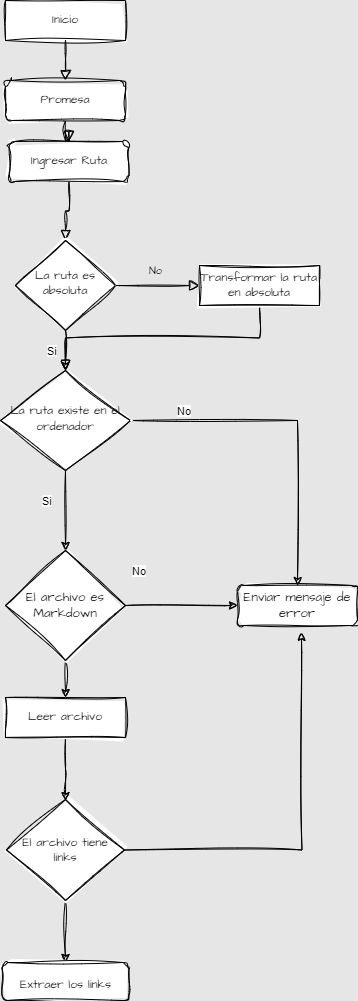
Before: docs/Diagrama de flujo.drawio.png, a diagram exported from draw.io (Yarenhi/DEV010-md-links). Source tidied: cells renumbered, new cells last; positions are measured from the earlier drawing's top-left corner, leaving out a move shared by most shapes.
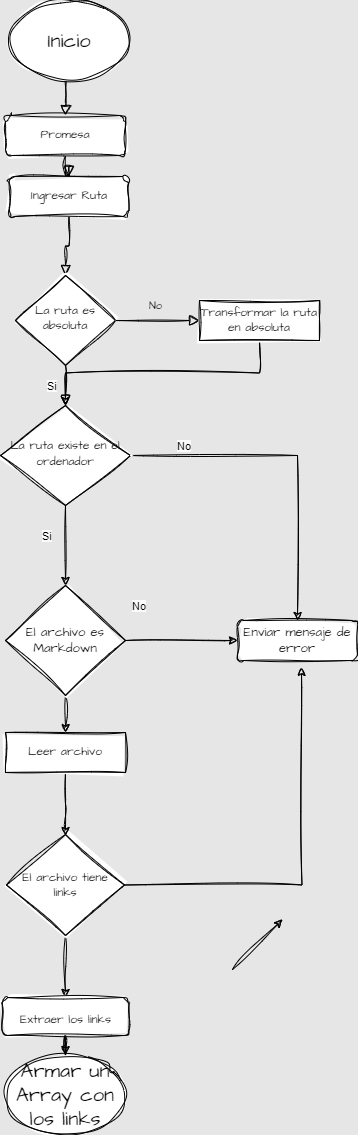
After the commit.

Diff of the diagram source:
```diff
@@ -5,9 +5,6 @@
     <mxCell id="2" style="rounded=0;html=1;jettySize=auto;fontSize=11;endArrow=block;endFill=0;endSize=8;strokeWidth=1;shadow=0;labelBackgroundColor=none;edgeStyle=orthogonalEdgeStyle;sketch=1;curveFitting=1;jiggle=2;fontColor=default;" parent="1" edge="1" source="17" target="6">
       <mxGeometry relative="1" as="geometry" />
     </mxCell>
-    <mxCell id="3" value="Inicio" style="rounded=0;whiteSpace=wrap;html=1;fontSize=12;glass=0;strokeWidth=1;shadow=0;sketch=1;curveFitting=1;jiggle=2;labelBackgroundColor=none;fontFamily=Architects Daughter;fontSource=https%3A%2F%2Ffonts.googleapis.com%2Fcss%3Ffamily%3DArchitects%2BDaughter;" parent="1" vertex="1">
-      <mxGeometry x="5" width="120" height="40" as="geometry" />
-    </mxCell>
     <mxCell id="4" style="rounded=0;html=1;jettySize=auto;fontSize=11;endArrow=block;endFill=0;endSize=8;strokeWidth=1;shadow=0;labelBackgroundColor=none;edgeStyle=orthogonalEdgeStyle;sketch=1;curveFitting=1;jiggle=2;fontColor=default;" parent="1" edge="1" source="6" target="9">
       <mxGeometry y="20" relative="1" as="geometry" />
     </mxCell>
@@ -40,8 +37,10 @@
     <mxCell id="13" value="Transformar la ruta en absoluta" style="rounded=0;whiteSpace=wrap;html=1;fontSize=12;glass=0;strokeWidth=1;shadow=0;sketch=1;curveFitting=1;jiggle=2;labelBackgroundColor=none;fontFamily=Architects Daughter;fontSource=https%3A%2F%2Ffonts.googleapis.com%2Fcss%3Ffamily%3DArchitects%2BDaughter;" parent="1" vertex="1">
       <mxGeometry x="199" y="265" width="120" height="40" as="geometry" />
     </mxCell>
-    <mxCell id="14" style="rounded=0;html=1;jettySize=auto;fontSize=11;endArrow=block;endFill=0;endSize=8;strokeWidth=1;shadow=0;labelBackgroundColor=none;edgeStyle=orthogonalEdgeStyle;sketch=1;curveFitting=1;jiggle=2;fontColor=default;" parent="1" edge="1" source="3" target="15">
-      <mxGeometry relative="1" as="geometry" />
+    <mxCell id="14" style="rounded=0;html=1;jettySize=auto;fontSize=11;endArrow=block;endFill=0;endSize=8;strokeWidth=1;shadow=0;labelBackgroundColor=none;edgeStyle=orthogonalEdgeStyle;sketch=1;curveFitting=1;jiggle=2;fontColor=default;" parent="1" edge="1" target="15">
+      <mxGeometry relative="1" as="geometry">
+        <mxPoint x="65" y="40" as="sourcePoint" />
+      </mxGeometry>
     </mxCell>
     <mxCell id="15" value="Promesa" style="rounded=1;whiteSpace=wrap;html=1;sketch=1;hachureGap=4;jiggle=2;curveFitting=1;fontFamily=Architects Daughter;fontSource=https%3A%2F%2Ffonts.googleapis.com%2Fcss%3Ffamily%3DArchitects%2BDaughter;fontSize=12;" parent="1" vertex="1">
       <mxGeometry x="5" y="80" width="120" height="40" as="geometry" />
@@ -92,8 +91,23 @@
     <mxCell id="29" value="El archivo tiene &lt;br&gt;links" style="rhombus;whiteSpace=wrap;html=1;sketch=1;hachureGap=4;jiggle=2;curveFitting=1;fontFamily=Architects Daughter;fontSource=https%3A%2F%2Ffonts.googleapis.com%2Fcss%3Ffamily%3DArchitects%2BDaughter;fontSize=12;labelPosition=center;verticalLabelPosition=middle;align=center;verticalAlign=middle;" parent="1" vertex="1">
       <mxGeometry x="6" y="799" width="118" height="101" as="geometry" />
     </mxCell>
+    <mxCell id="31" style="edgeStyle=orthogonalEdgeStyle;rounded=0;sketch=1;hachureGap=4;jiggle=2;curveFitting=1;jettySize=auto;html=1;exitX=0.5;exitY=1;exitDx=0;exitDy=0;fontFamily=Architects Daughter;fontSource=https%3A%2F%2Ffonts.googleapis.com%2Fcss%3Ffamily%3DArchitects%2BDaughter;fontSize=16;" parent="1" edge="1" source="30" target="33">
+      <mxGeometry relative="1" as="geometry" />
+    </mxCell>
     <mxCell id="30" value="&lt;font style=&quot;font-size: 12px;&quot;&gt;Extraer los links&lt;/font&gt;" style="rounded=1;whiteSpace=wrap;html=1;sketch=1;hachureGap=4;jiggle=2;curveFitting=1;fontFamily=Architects Daughter;fontSource=https%3A%2F%2Ffonts.googleapis.com%2Fcss%3Ffamily%3DArchitects%2BDaughter;fontSize=20;" parent="1" vertex="1">
       <mxGeometry x="1.5" y="962" width="127" height="38" as="geometry" />
     </mxCell>
+    <mxCell id="3" value="Inicio" style="ellipse;whiteSpace=wrap;html=1;sketch=1;hachureGap=4;jiggle=2;curveFitting=1;fontFamily=Architects Daughter;fontSource=https%3A%2F%2Ffonts.googleapis.com%2Fcss%3Ffamily%3DArchitects%2BDaughter;fontSize=20;" parent="1" vertex="1">
+      <mxGeometry x="8.5" y="-35" width="120" height="80" as="geometry" />
+    </mxCell>
+    <mxCell id="32" style="endArrow=classic;html=1;rounded=0;sketch=1;hachureGap=4;jiggle=2;curveFitting=1;fontFamily=Architects Daughter;fontSource=https%3A%2F%2Ffonts.googleapis.com%2Fcss%3Ffamily%3DArchitects%2BDaughter;fontSize=16;" parent="1" edge="1">
+      <mxGeometry relative="1" as="geometry">
+        <mxPoint x="232" y="934" as="sourcePoint" />
+        <mxPoint x="282" y="884" as="targetPoint" />
+      </mxGeometry>
+    </mxCell>
+    <mxCell id="33" value="Armar un Array con los links" style="ellipse;whiteSpace=wrap;html=1;sketch=1;hachureGap=4;jiggle=2;curveFitting=1;fontFamily=Architects Daughter;fontSource=https%3A%2F%2Ffonts.googleapis.com%2Fcss%3Ffamily%3DArchitects%2BDaughter;fontSize=20;" parent="1" vertex="1">
+      <mxGeometry x="5" y="1019" width="120" height="80" as="geometry" />
+    </mxCell>
   </root>
 </mxGraphModel>
```
